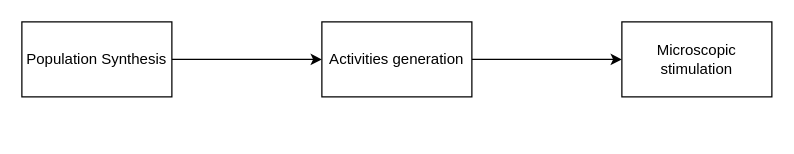
This is simple_BN_learn/GeneralABM.drawio from bobkatla/PopSyn_Monash, a draw.io file, before an edit. Source tidied: cells renumbered, new cells numbered last; positions are measured from the earlier drawing's top-left corner, leaving out a move shared by most shapes. Both pictures are drawn from the tidied source at 125%, with x=0, y=0 at pixel (21, 21).
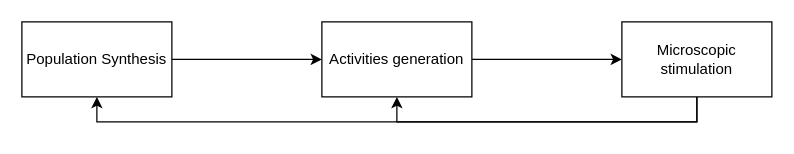
The same diagram, later.

What changed in the source:
```diff
@@
 <mxGraphModel>
   <root>
     <mxCell id="0" />
     <mxCell id="1" parent="0" />
     <mxCell id="2" style="edgeStyle=orthogonalEdgeStyle;rounded=0;jettySize=auto;html=1;exitX=1;exitY=0.5;exitDx=0;exitDy=0;entryX=0;entryY=0.5;entryDx=0;entryDy=0;" parent="1" edge="1" source="3" target="5">
       <mxGeometry relative="1" as="geometry" />
     </mxCell>
     <mxCell id="3" value="Population Synthesis" style="rounded=0;whiteSpace=wrap;html=1;" parent="1" vertex="1">
       <mxGeometry width="120" height="60" as="geometry" />
     </mxCell>
     <mxCell id="4" style="edgeStyle=orthogonalEdgeStyle;rounded=0;jettySize=auto;html=1;exitX=1;exitY=0.5;exitDx=0;exitDy=0;entryX=0;entryY=0.5;entryDx=0;entryDy=0;" parent="1" edge="1" source="5" target="6">
       <mxGeometry relative="1" as="geometry" />
     </mxCell>
     <mxCell id="5" value="Activities generation" style="rounded=0;whiteSpace=wrap;html=1;" parent="1" vertex="1">
       <mxGeometry x="240" width="120" height="60" as="geometry" />
     </mxCell>
+    <mxCell id="7" style="edgeStyle=orthogonalEdgeStyle;rounded=0;jettySize=auto;html=1;entryX=0.5;entryY=1;entryDx=0;entryDy=0;" parent="1" edge="1" source="6" target="5">
+      <mxGeometry relative="1" as="geometry">
+        <Array as="points">
+          <mxPoint x="540" y="80" />
+          <mxPoint x="300" y="80" />
+        </Array>
+      </mxGeometry>
+    </mxCell>
+    <mxCell id="8" style="edgeStyle=orthogonalEdgeStyle;rounded=0;jettySize=auto;html=1;entryX=0.5;entryY=1;entryDx=0;entryDy=0;" parent="1" edge="1" source="6" target="3">
+      <mxGeometry relative="1" as="geometry">
+        <Array as="points">
+          <mxPoint x="540" y="80" />
+          <mxPoint x="60" y="80" />
+        </Array>
+      </mxGeometry>
+    </mxCell>
     <mxCell id="6" value="Microscopic stimulation" style="rounded=0;whiteSpace=wrap;html=1;" parent="1" vertex="1">
       <mxGeometry x="480" width="120" height="60" as="geometry" />
     </mxCell>
   </root>
 </mxGraphModel>
```
